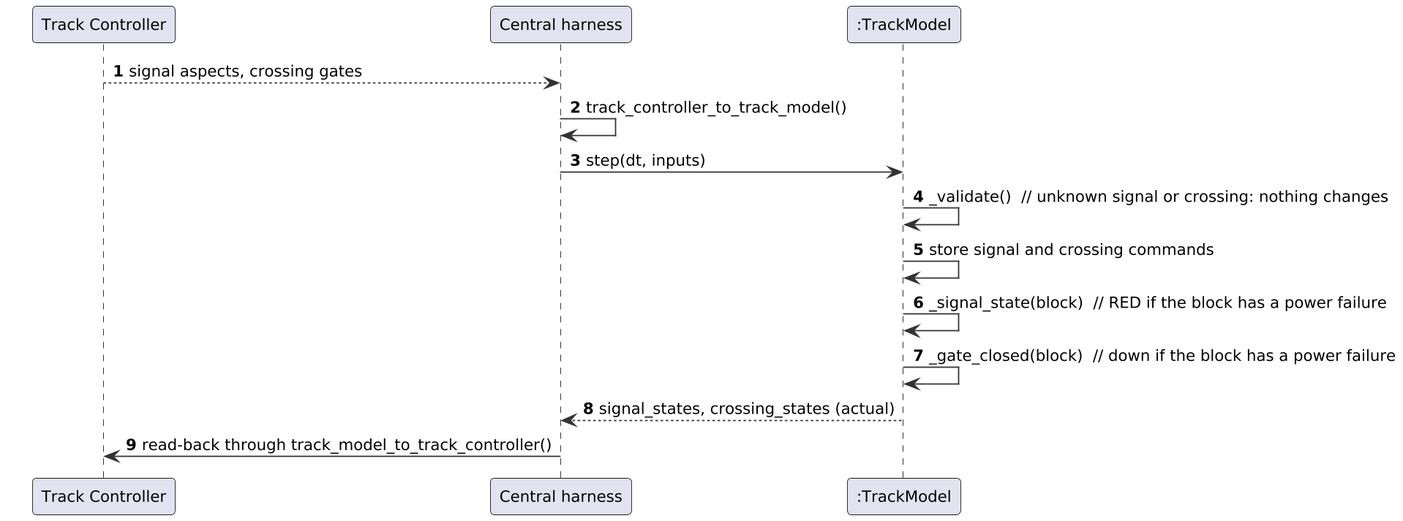
This is documents/uml/track_model/sd06_signal.png from Landiss04/Track-Overflow, a PlantUML export, as it was before one commit.
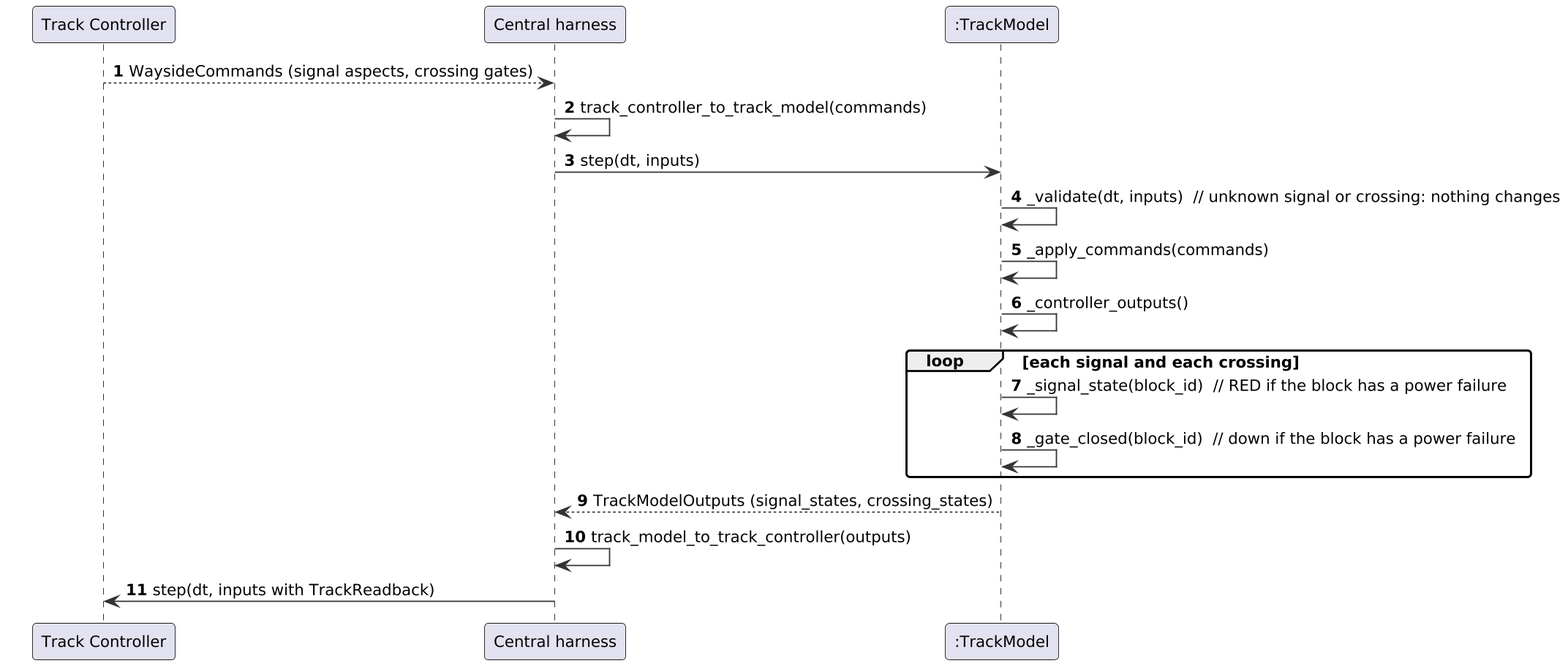
The same diagram one commit later.

What changed in the source:
```diff
@@ -12,13 +12,17 @@
 participant "Track Controller" as TC
 participant "Central harness" as H
 participant ":TrackModel" as TM
-TC --> H : signal aspects, crossing gates
-H -> H : track_controller_to_track_model()
+TC --> H : WaysideCommands (signal aspects, crossing gates)
+H -> H : track_controller_to_track_model(commands)
 H -> TM : step(dt, inputs)
-TM -> TM : _validate()  // unknown signal or crossing: nothing changes
-TM -> TM : store signal and crossing commands
-TM -> TM : _signal_state(block)  // RED if the block has a power failure
-TM -> TM : _gate_closed(block)  // down if the block has a power failure
-TM --> H : signal_states, crossing_states (actual)
-H -> TC : read-back through track_model_to_track_controller()
+TM -> TM : _validate(dt, inputs)  // unknown signal or crossing: nothing changes
+TM -> TM : _apply_commands(commands)
+TM -> TM : _controller_outputs()
+loop each signal and each crossing
+  TM -> TM : _signal_state(block_id)  // RED if the block has a power failure
+  TM -> TM : _gate_closed(block_id)  // down if the block has a power failure
+end
+TM --> H : TrackModelOutputs (signal_states, crossing_states)
+H -> H : track_model_to_track_controller(outputs)
+H -> TC : step(dt, inputs with TrackReadback)
 @enduml
```
